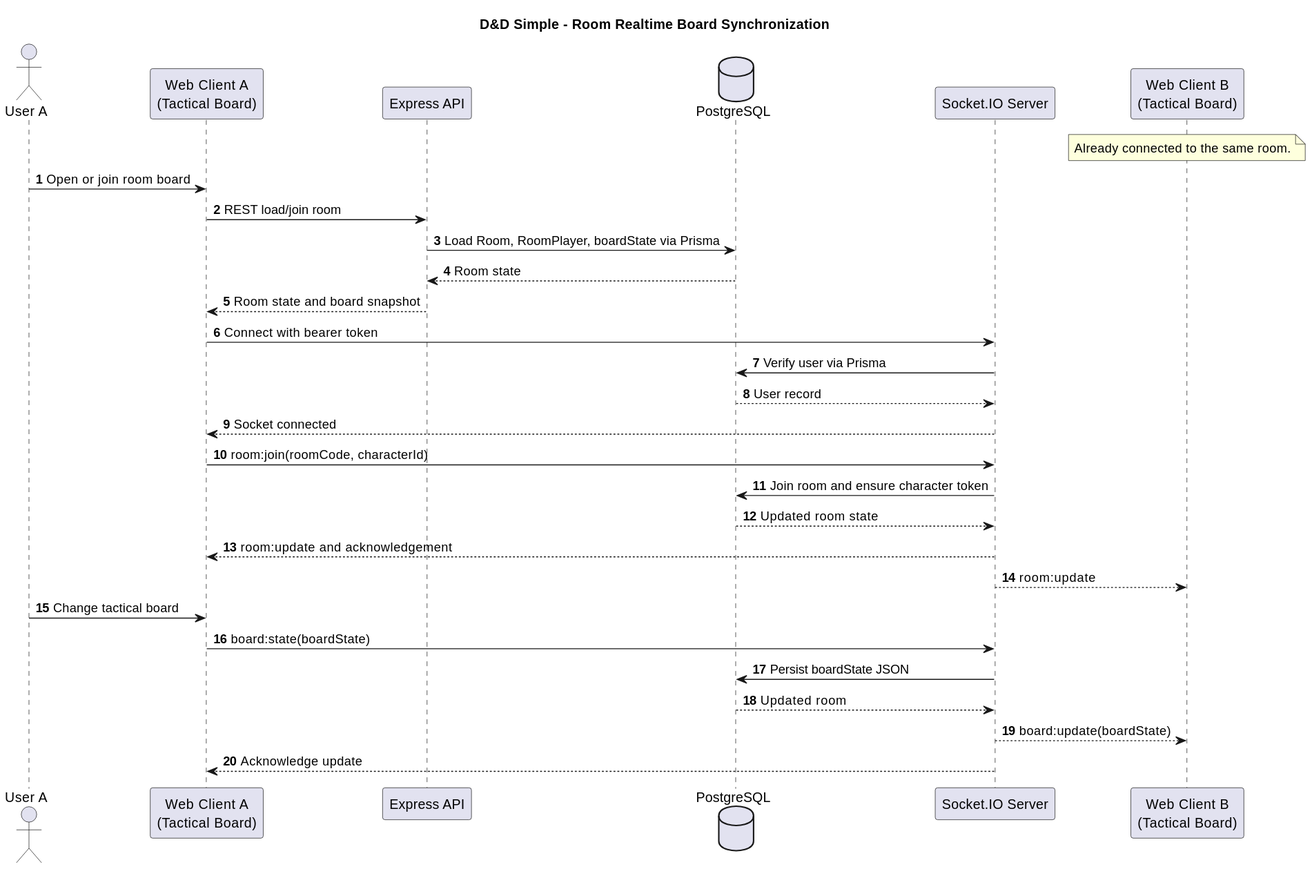
The PlantUML diagram docs/uml/sequence-room-realtime-sync.svg in LGalof/dd-simple, before a commit.
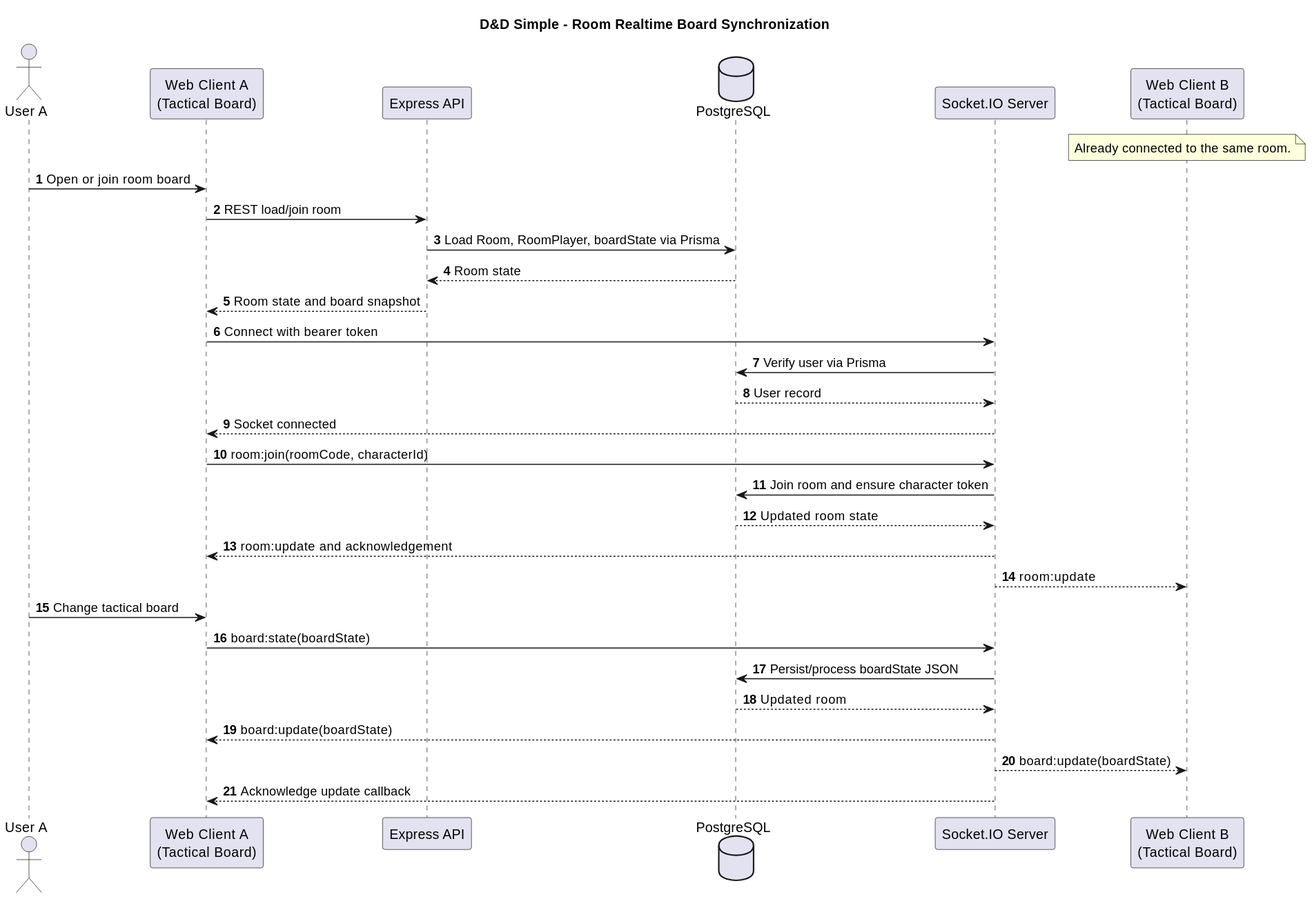
After the change.

Diff of the diagram source:
```diff
@@ -32,8 +32,9 @@
 
 UserA -> ClientA : Change tactical board
 ClientA -> Socket : board:state(boardState)
-Socket -> DB : Persist boardState JSON
+Socket -> DB : Persist/process boardState JSON
 DB --> Socket : Updated room
+Socket --> ClientA : board:update(boardState)
 Socket --> ClientB : board:update(boardState)
-Socket --> ClientA : Acknowledge update
+Socket --> ClientA : Acknowledge update callback
 @enduml
```
